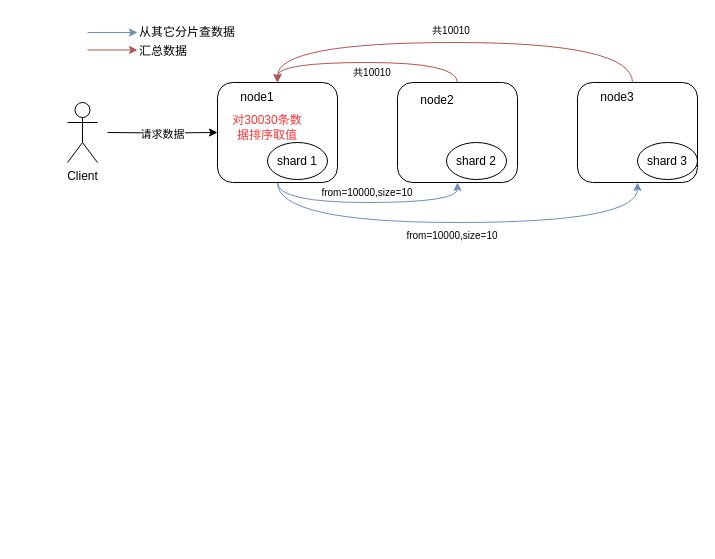
Above: elasticsearch.drawio in zhufuyin/draw (draw.io), before the change. Source tidied: cells renumbered, new cells numbered last; positions are measured from the earlier drawing's top-left corner, leaving out a move shared by most shapes. Both pictures are drawn from the tidied source at 100%, with x=0, y=0 at pixel (17, 17).
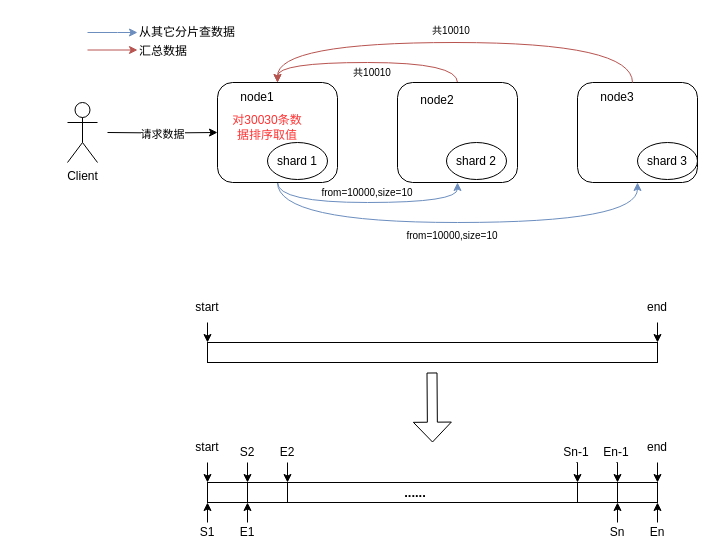
Above is the later version.

The edit, as a diff of the source:
```diff
@@
+    <mxCell id="29" style="rounded=0;whiteSpace=wrap;html=1;" parent="1" vertex="1">
+      <mxGeometry x="190" y="325" width="450" height="20" as="geometry" />
+    </mxCell>
+    <mxCell id="30" style="edgeStyle=orthogonalEdgeStyle;rounded=0;jettySize=auto;html=1;exitX=0.5;exitY=1;exitDx=0;exitDy=0;entryX=0;entryY=0;entryDx=0;entryDy=0;" parent="1" edge="1" source="31" target="29">
+      <mxGeometry relative="1" as="geometry" />
+    </mxCell>
+    <mxCell id="31" value="start" style="text;html=1;strokeColor=none;fillColor=none;align=center;verticalAlign=middle;whiteSpace=wrap;rounded=0;" parent="1" vertex="1">
+      <mxGeometry x="160" y="275" width="60" height="30" as="geometry" />
+    </mxCell>
+    <mxCell id="32" style="edgeStyle=orthogonalEdgeStyle;rounded=0;jettySize=auto;html=1;exitX=0.5;exitY=1;exitDx=0;exitDy=0;entryX=1;entryY=0;entryDx=0;entryDy=0;" parent="1" edge="1" source="33" target="29">
+      <mxGeometry relative="1" as="geometry" />
+    </mxCell>
+    <mxCell id="33" value="end" style="text;html=1;strokeColor=none;fillColor=none;align=center;verticalAlign=middle;whiteSpace=wrap;rounded=0;" parent="1" vertex="1">
+      <mxGeometry x="610" y="275" width="60" height="30" as="geometry" />
+    </mxCell>
+    <mxCell id="34" style="rounded=0;whiteSpace=wrap;html=1;" parent="1" vertex="1">
+      <mxGeometry x="190" y="465" width="450" height="20" as="geometry" />
+    </mxCell>
+    <mxCell id="35" style="edgeStyle=orthogonalEdgeStyle;rounded=0;jettySize=auto;html=1;exitX=0.5;exitY=1;exitDx=0;exitDy=0;entryX=0;entryY=0;entryDx=0;entryDy=0;" parent="1" edge="1" source="36" target="34">
+      <mxGeometry relative="1" as="geometry" />
+    </mxCell>
+    <mxCell id="36" value="start" style="text;html=1;strokeColor=none;fillColor=none;align=center;verticalAlign=middle;whiteSpace=wrap;rounded=0;" parent="1" vertex="1">
+      <mxGeometry x="160" y="415" width="60" height="30" as="geometry" />
+    </mxCell>
+    <mxCell id="37" style="edgeStyle=orthogonalEdgeStyle;rounded=0;jettySize=auto;html=1;exitX=0.5;exitY=1;exitDx=0;exitDy=0;entryX=1;entryY=0;entryDx=0;entryDy=0;" parent="1" edge="1" source="38" target="34">
+      <mxGeometry relative="1" as="geometry" />
+    </mxCell>
+    <mxCell id="38" value="end" style="text;html=1;strokeColor=none;fillColor=none;align=center;verticalAlign=middle;whiteSpace=wrap;rounded=0;" parent="1" vertex="1">
+      <mxGeometry x="610" y="415" width="60" height="30" as="geometry" />
+    </mxCell>
+    <mxCell id="39" style="rounded=0;whiteSpace=wrap;html=1;" parent="1" vertex="1">
+      <mxGeometry x="190" y="465" width="40" height="20" as="geometry" />
+    </mxCell>
+    <mxCell id="40" style="edgeStyle=orthogonalEdgeStyle;rounded=0;jettySize=auto;html=1;exitX=0.5;exitY=0;exitDx=0;exitDy=0;entryX=0;entryY=1;entryDx=0;entryDy=0;" parent="1" edge="1" source="41" target="39">
+      <mxGeometry relative="1" as="geometry" />
+    </mxCell>
+    <mxCell id="41" value="S1" style="text;html=1;strokeColor=none;fillColor=none;align=center;verticalAlign=middle;whiteSpace=wrap;rounded=0;" parent="1" vertex="1">
+      <mxGeometry x="175" y="505" width="30" height="20" as="geometry" />
+    </mxCell>
+    <mxCell id="42" style="edgeStyle=orthogonalEdgeStyle;rounded=0;jettySize=auto;html=1;exitX=0.5;exitY=0;exitDx=0;exitDy=0;entryX=0;entryY=1;entryDx=0;entryDy=0;" parent="1" edge="1" source="43">
+      <mxGeometry relative="1" as="geometry">
+        <mxPoint x="230" y="485" as="targetPoint" />
+      </mxGeometry>
+    </mxCell>
+    <mxCell id="43" value="E1" style="text;html=1;strokeColor=none;fillColor=none;align=center;verticalAlign=middle;whiteSpace=wrap;rounded=0;" parent="1" vertex="1">
+      <mxGeometry x="215" y="505" width="30" height="20" as="geometry" />
+    </mxCell>
+    <mxCell id="44" style="rounded=0;whiteSpace=wrap;html=1;" parent="1" vertex="1">
+      <mxGeometry x="230" y="465" width="40" height="20" as="geometry" />
+    </mxCell>
+    <mxCell id="45" style="edgeStyle=orthogonalEdgeStyle;rounded=0;jettySize=auto;html=1;exitX=0.5;exitY=1;exitDx=0;exitDy=0;entryX=0;entryY=0;entryDx=0;entryDy=0;" parent="1" edge="1" source="46">
+      <mxGeometry relative="1" as="geometry">
+        <mxPoint x="230" y="465" as="targetPoint" />
+      </mxGeometry>
+    </mxCell>
+    <mxCell id="46" value="S2" style="text;html=1;strokeColor=none;fillColor=none;align=center;verticalAlign=middle;whiteSpace=wrap;rounded=0;" parent="1" vertex="1">
+      <mxGeometry x="220" y="425" width="20" height="20" as="geometry" />
+    </mxCell>
+    <mxCell id="47" style="edgeStyle=orthogonalEdgeStyle;rounded=0;jettySize=auto;html=1;exitX=0.5;exitY=1;exitDx=0;exitDy=0;entryX=0;entryY=0;entryDx=0;entryDy=0;" parent="1" edge="1" source="48">
+      <mxGeometry relative="1" as="geometry">
+        <mxPoint x="270" y="465" as="targetPoint" />
+      </mxGeometry>
+    </mxCell>
+    <mxCell id="48" value="E2" style="text;html=1;strokeColor=none;fillColor=none;align=center;verticalAlign=middle;whiteSpace=wrap;rounded=0;" parent="1" vertex="1">
+      <mxGeometry x="260" y="425" width="20" height="20" as="geometry" />
+    </mxCell>
+    <mxCell id="49" style="rounded=0;whiteSpace=wrap;html=1;" parent="1" vertex="1">
+      <mxGeometry x="600" y="465" width="40" height="20" as="geometry" />
+    </mxCell>
+    <mxCell id="50" style="edgeStyle=orthogonalEdgeStyle;rounded=0;jettySize=auto;html=1;exitX=0.5;exitY=0;exitDx=0;exitDy=0;entryX=0;entryY=1;entryDx=0;entryDy=0;" parent="1" edge="1" source="51">
+      <mxGeometry relative="1" as="geometry">
+        <mxPoint x="600" y="485" as="targetPoint" />
+      </mxGeometry>
+    </mxCell>
+    <mxCell id="51" value="Sn" style="text;html=1;strokeColor=none;fillColor=none;align=center;verticalAlign=middle;whiteSpace=wrap;rounded=0;" parent="1" vertex="1">
+      <mxGeometry x="585" y="505" width="30" height="20" as="geometry" />
+    </mxCell>
+    <mxCell id="52" style="edgeStyle=orthogonalEdgeStyle;rounded=0;jettySize=auto;html=1;exitX=0.5;exitY=0;exitDx=0;exitDy=0;entryX=0;entryY=1;entryDx=0;entryDy=0;" parent="1" edge="1" source="53">
+      <mxGeometry relative="1" as="geometry">
+        <mxPoint x="640" y="485" as="targetPoint" />
+      </mxGeometry>
+    </mxCell>
+    <mxCell id="53" value="En" style="text;html=1;strokeColor=none;fillColor=none;align=center;verticalAlign=middle;whiteSpace=wrap;rounded=0;" parent="1" vertex="1">
+      <mxGeometry x="625" y="505" width="30" height="20" as="geometry" />
+    </mxCell>
+    <mxCell id="54" value="&lt;b&gt;......&lt;/b&gt;" style="text;html=1;strokeColor=none;fillColor=none;align=center;verticalAlign=middle;whiteSpace=wrap;rounded=0;fontSize=13;" parent="1" vertex="1">
+      <mxGeometry x="368" y="460" width="60" height="30" as="geometry" />
+    </mxCell>
+    <mxCell id="55" style="shape=flexArrow;endArrow=classic;html=1;rounded=0;endWidth=27;endSize=6.27;" parent="1" edge="1">
+      <mxGeometry relative="1" as="geometry">
+        <mxPoint x="414.5" y="355" as="sourcePoint" />
+        <mxPoint x="415" y="425" as="targetPoint" />
+      </mxGeometry>
+    </mxCell>
+    <mxCell id="56" style="edgeStyle=orthogonalEdgeStyle;rounded=0;jettySize=auto;html=1;exitX=0.5;exitY=1;exitDx=0;exitDy=0;entryX=0;entryY=0;entryDx=0;entryDy=0;" parent="1" edge="1" source="57">
+      <mxGeometry relative="1" as="geometry">
+        <mxPoint x="600" y="465" as="targetPoint" />
+      </mxGeometry>
+    </mxCell>
+    <mxCell id="57" value="En-1" style="text;html=1;strokeColor=none;fillColor=none;align=center;verticalAlign=middle;whiteSpace=wrap;rounded=0;" parent="1" vertex="1">
+      <mxGeometry x="584" y="425" width="30" height="20" as="geometry" />
+    </mxCell>
+    <mxCell id="58" style="rounded=0;whiteSpace=wrap;html=1;" parent="1" vertex="1">
+      <mxGeometry x="560" y="465" width="40" height="20" as="geometry" />
+    </mxCell>
+    <mxCell id="59" style="edgeStyle=orthogonalEdgeStyle;rounded=0;jettySize=auto;html=1;exitX=0.5;exitY=1;exitDx=0;exitDy=0;entryX=0;entryY=0;entryDx=0;entryDy=0;" parent="1" edge="1" source="60">
+      <mxGeometry relative="1" as="geometry">
+        <mxPoint x="560" y="465" as="targetPoint" />
+      </mxGeometry>
+    </mxCell>
+    <mxCell id="60" value="Sn-1" style="text;html=1;strokeColor=none;fillColor=none;align=center;verticalAlign=middle;whiteSpace=wrap;rounded=0;" parent="1" vertex="1">
+      <mxGeometry x="544" y="425" width="30" height="20" as="geometry" />
+    </mxCell>
```
